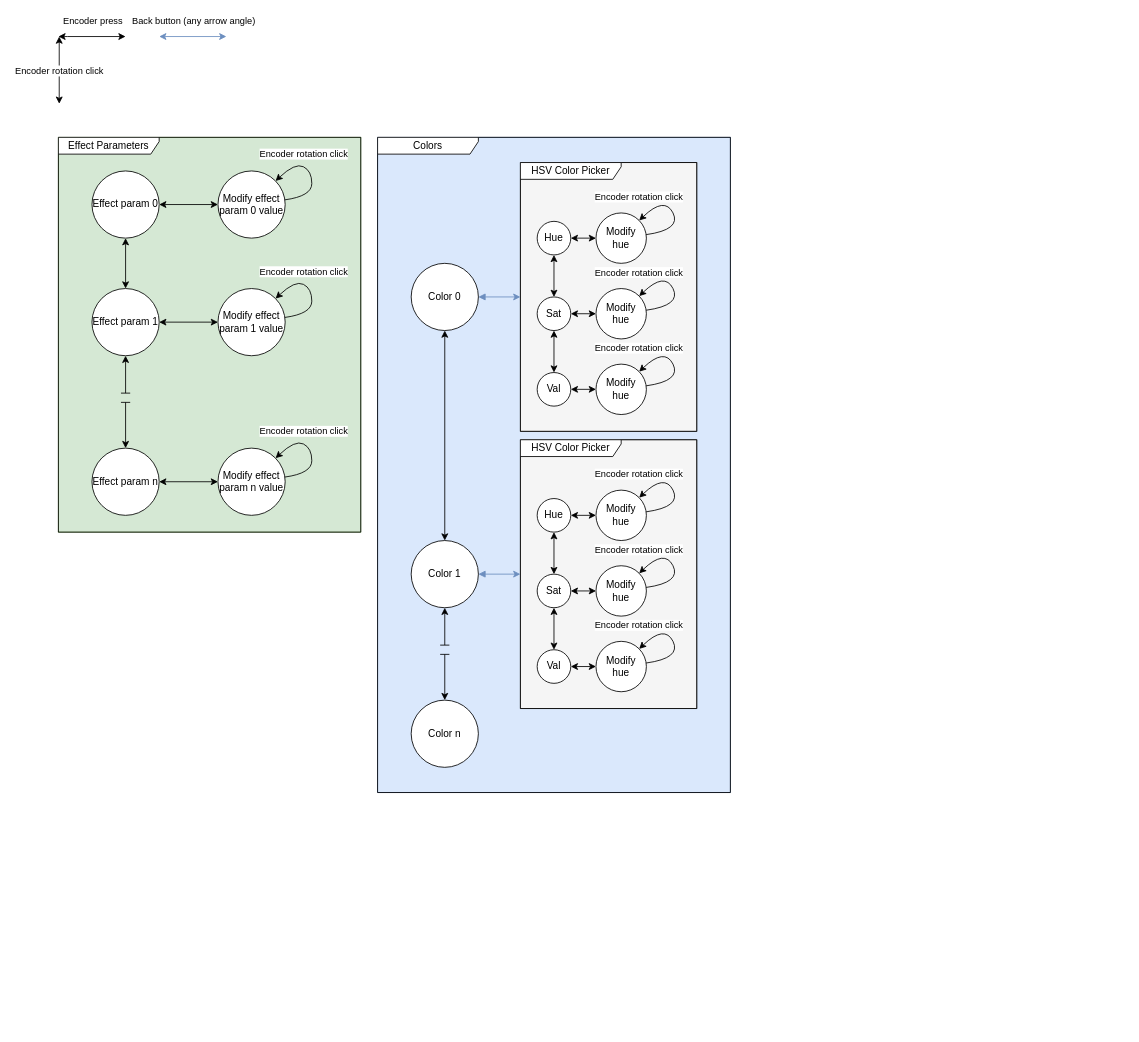
ethandrzb/Eurorack_WS2812_LED_Controller keeps this draw.io diagram as docs/Effect_OLED_menu_item_selection_state_machine.drawio. Above is the earlier version. Source tidied: cells renumbered, new cells numbered last; positions are measured from the earlier drawing's top-left corner, leaving out a move shared by most shapes. Both pictures are drawn from the tidied source at 84%, with x=0, y=0 at pixel (58, 36).
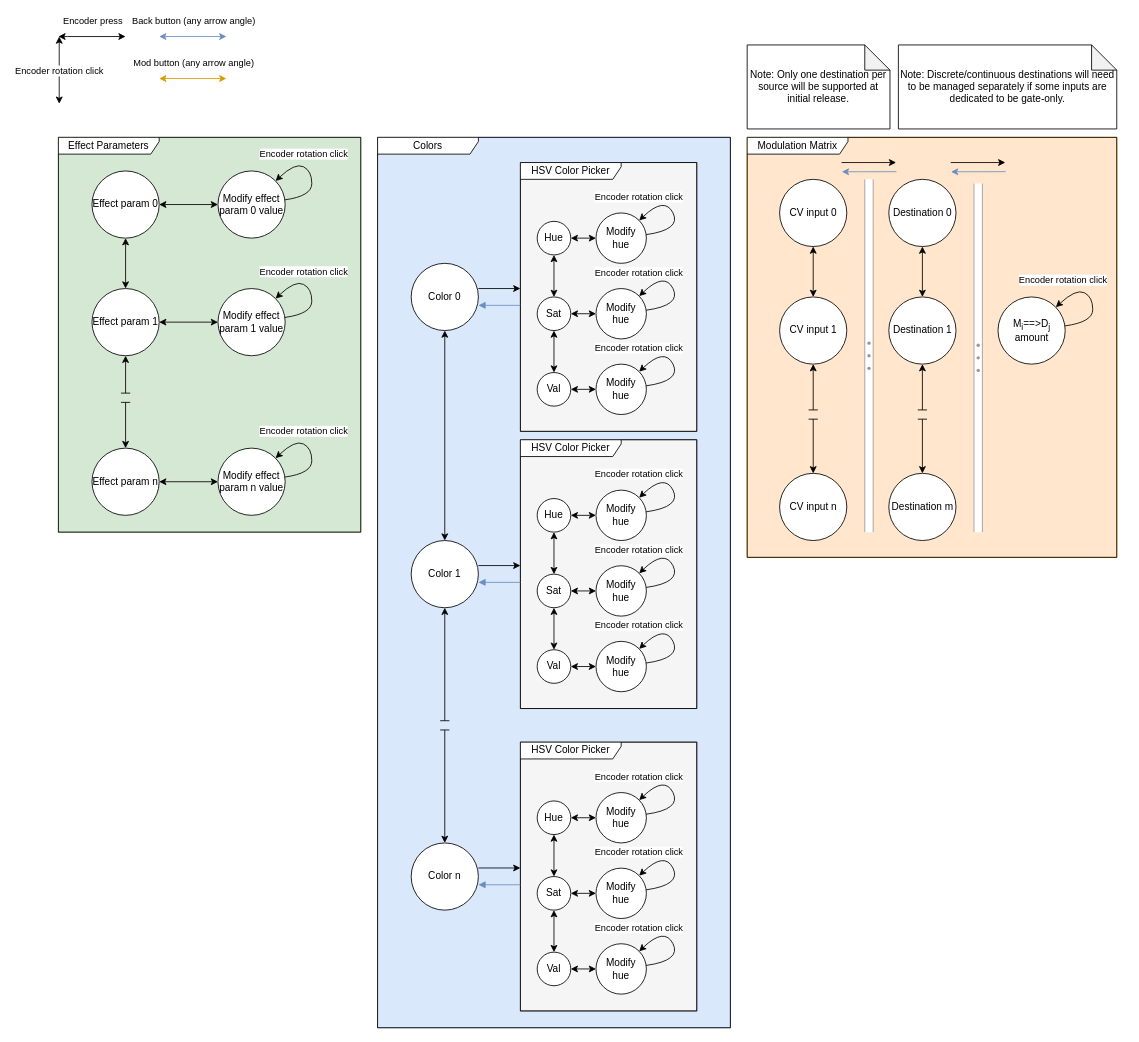
After the change.

Commit message:
Add mod matrix to state machine diagram

The change refers to these unchanged cells:
```xml
<mxCell id="33" value="Color 1" style="ellipse;whiteSpace=wrap;html=1;" parent="27" vertex="1">
  <mxGeometry x="40" y="480" width="80" height="80" as="geometry" />
</mxCell>
<mxCell id="35" value="Color 0" style="ellipse;whiteSpace=wrap;html=1;" parent="27" vertex="1">
  <mxGeometry x="40" y="150" width="80" height="80" as="geometry" />
</mxCell>
<mxCell id="37" style="rounded=0;whiteSpace=wrap;html=1;fillColor=#f5f5f5;strokeColor=#666666;fontColor=#333333;" parent="36" vertex="1">
  <mxGeometry y="-40" width="210" height="320" as="geometry" />
</mxCell>
<mxCell id="59" style="rounded=0;whiteSpace=wrap;html=1;fillColor=#f5f5f5;strokeColor=#666666;fontColor=#333333;" parent="58" vertex="1">
  <mxGeometry y="-40" width="210" height="320" as="geometry" />
</mxCell>
```

Change to the diagram source:
```diff
@@
     <mxCell id="27" style="group;" parent="1" vertex="1">
-      <mxGeometry x="380" y="120" width="500" height="780" as="geometry" />
+      <mxGeometry x="380" y="120" width="500" height="1060" as="geometry" />
     </mxCell>
     <mxCell id="28" style="rounded=0;whiteSpace=wrap;html=1;fillColor=#dae8fc;strokeColor=#6c8ebf;" parent="27" vertex="1">
-      <mxGeometry width="420" height="780" as="geometry" />
+      <mxGeometry width="420" height="1060" as="geometry" />
     </mxCell>
     <mxCell id="29" value="Colors" style="shape=umlFrame;whiteSpace=wrap;html=1;width=120;height=20;" parent="27" vertex="1">
-      <mxGeometry width="420" height="780" as="geometry" />
+      <mxGeometry width="420" height="1060" as="geometry" />
     </mxCell>
     <mxCell id="30" value="Color n" style="ellipse;whiteSpace=wrap;html=1;" parent="27" vertex="1">
-      <mxGeometry x="40" y="670" width="80" height="80" as="geometry" />
+      <mxGeometry x="40" y="840" width="80" height="80" as="geometry" />
     </mxCell>
     <mxCell id="31" style="endArrow=none;html=1;strokeColor=none;" parent="27" edge="1">
       <mxGeometry relative="1" as="geometry">
-        <mxPoint x="40" y="610" as="sourcePoint" />
-        <mxPoint x="120" y="610" as="targetPoint" />
+        <mxPoint x="40" y="700" as="sourcePoint" />
+        <mxPoint x="120" y="700" as="targetPoint" />
       </mxGeometry>
     </mxCell>
@@
-    <mxCell id="57" style="edgeStyle=none;html=1;entryX=0;entryY=0.5;entryDx=0;entryDy=0;startArrow=block;startFill=1;fillColor=#dae8fc;strokeColor=#6c8ebf;" parent="27" edge="1" source="35" target="37">
-      <mxGeometry relative="1" as="geometry" />
+    <mxCell id="57" style="edgeStyle=none;html=1;entryX=0;entryY=0.5;entryDx=0;entryDy=0;startArrow=block;startFill=1;fillColor=#dae8fc;strokeColor=#6c8ebf;endArrow=none;endFill=0;" parent="27" edge="1">
+      <mxGeometry relative="1" as="geometry">
+        <mxPoint x="120" y="200" as="sourcePoint" />
+        <mxPoint x="170" y="200" as="targetPoint" />
+      </mxGeometry>
     </mxCell>
@@
-    <mxCell id="79" style="edgeStyle=none;html=1;entryX=0;entryY=0.5;entryDx=0;entryDy=0;startArrow=block;startFill=1;fillColor=#dae8fc;strokeColor=#6c8ebf;" parent="27" edge="1" source="33" target="59">
-      <mxGeometry relative="1" as="geometry" />
-    </mxCell>
+    <mxCell id="82" style="group;" parent="27" vertex="1">
+      <mxGeometry x="170" y="760" width="210" height="300" as="geometry" />
+    </mxCell>
+    <mxCell id="83" style="rounded=0;whiteSpace=wrap;html=1;fillColor=#f5f5f5;strokeColor=#666666;fontColor=#333333;" parent="82" vertex="1">
+      <mxGeometry y="-40" width="210" height="320" as="geometry" />
+    </mxCell>
+    <mxCell id="84" value="HSV Color Picker" style="shape=umlFrame;whiteSpace=wrap;html=1;width=120;height=20;" parent="82" vertex="1">
+      <mxGeometry y="-40" width="210" height="320" as="geometry" />
+    </mxCell>
+    <mxCell id="85" style="edgeStyle=none;html=1;startArrow=classic;startFill=1;" parent="82" edge="1">
+      <mxGeometry relative="1" as="geometry">
+        <mxPoint x="46.7" y="96" as="targetPoint" />
+      </mxGeometry>
+    </mxCell>
+    <mxCell id="86" value="Modify hue" style="ellipse;whiteSpace=wrap;html=1;" parent="82" vertex="1">
+      <mxGeometry x="90" y="20" width="60" height="60" as="geometry" />
+    </mxCell>
+    <mxCell id="87" style="curved=1;endArrow=classic;html=1;jumpStyle=line;jumpSize=11;" parent="82" edge="1" source="86" target="86">
+      <mxGeometry relative="1" as="geometry">
+        <Array as="points">
+          <mxPoint x="191.7" y="40" />
+          <mxPoint x="171.7" />
+        </Array>
+      </mxGeometry>
+    </mxCell>
+    <mxCell id="88" value="Encoder rotation click" style="edgeLabel;html=1;align=center;verticalAlign=middle;" parent="87" vertex="1">
+      <mxGeometry x="-0.35" y="2" relative="1" as="geometry">
+        <mxPoint x="-50" y="-41" as="offset" />
+      </mxGeometry>
+    </mxCell>
+    <mxCell id="89" value="Modify hue" style="ellipse;whiteSpace=wrap;html=1;" parent="82" vertex="1">
+      <mxGeometry x="90" y="110" width="60" height="60" as="geometry" />
+    </mxCell>
+    <mxCell id="90" style="curved=1;endArrow=classic;html=1;jumpStyle=line;jumpSize=11;" parent="82" edge="1" source="89" target="89">
+      <mxGeometry relative="1" as="geometry">
+        <Array as="points">
+          <mxPoint x="191.7" y="130" />
+          <mxPoint x="171.7" y="90" />
+        </Array>
+      </mxGeometry>
+    </mxCell>
+    <mxCell id="91" value="Encoder rotation click" style="edgeLabel;html=1;align=center;verticalAlign=middle;" parent="90" vertex="1">
+      <mxGeometry x="-0.35" y="2" relative="1" as="geometry">
+        <mxPoint x="-50" y="-41" as="offset" />
+      </mxGeometry>
+    </mxCell>
+    <mxCell id="92" value="Modify hue" style="ellipse;whiteSpace=wrap;html=1;" parent="82" vertex="1">
+      <mxGeometry x="90" y="200" width="60" height="60" as="geometry" />
+    </mxCell>
+    <mxCell id="93" style="curved=1;endArrow=classic;html=1;jumpStyle=line;jumpSize=11;" parent="82" edge="1" source="92" target="92">
+      <mxGeometry relative="1" as="geometry">
+        <Array as="points">
+          <mxPoint x="191.7" y="220" />
+          <mxPoint x="171.7" y="180" />
+        </Array>
+      </mxGeometry>
+    </mxCell>
+    <mxCell id="94" value="Encoder rotation click" style="edgeLabel;html=1;align=center;verticalAlign=middle;" parent="93" vertex="1">
+      <mxGeometry x="-0.35" y="2" relative="1" as="geometry">
+        <mxPoint x="-50" y="-41" as="offset" />
+      </mxGeometry>
+    </mxCell>
+    <mxCell id="95" value="Val" style="ellipse;whiteSpace=wrap;html=1;" parent="82" vertex="1">
+      <mxGeometry x="20" y="210" width="40" height="40" as="geometry" />
+    </mxCell>
+    <mxCell id="96" style="edgeStyle=none;html=1;startArrow=classic;startFill=1;" parent="82" edge="1" source="95" target="92">
+      <mxGeometry relative="1" as="geometry" />
+    </mxCell>
+    <mxCell id="97" value="Sat" style="ellipse;whiteSpace=wrap;html=1;" parent="82" vertex="1">
+      <mxGeometry x="20" y="120" width="40" height="40" as="geometry" />
+    </mxCell>
+    <mxCell id="98" style="edgeStyle=none;shape=connector;rounded=1;html=1;strokeColor=default;align=center;verticalAlign=middle;fontFamily=Helvetica;fontSize=11;fontColor=default;labelBackgroundColor=default;startArrow=classic;startFill=1;endArrow=classic;" parent="82" edge="1" source="97" target="95">
+      <mxGeometry relative="1" as="geometry" />
+    </mxCell>
+    <mxCell id="99" style="edgeStyle=none;html=1;startArrow=classic;startFill=1;" parent="82" edge="1" source="97" target="89">
+      <mxGeometry relative="1" as="geometry" />
+    </mxCell>
+    <mxCell id="100" style="edgeStyle=none;shape=connector;rounded=1;html=1;strokeColor=default;align=center;verticalAlign=middle;fontFamily=Helvetica;fontSize=11;fontColor=default;labelBackgroundColor=default;startArrow=classic;startFill=1;endArrow=classic;" parent="27" edge="1" source="97" target="102">
+      <mxGeometry relative="1" as="geometry" />
+    </mxCell>
+    <mxCell id="101" style="edgeStyle=none;html=1;startArrow=classic;startFill=1;" parent="27" edge="1" source="102" target="86">
+      <mxGeometry relative="1" as="geometry" />
+    </mxCell>
+    <mxCell id="102" value="Hue" style="ellipse;whiteSpace=wrap;html=1;" parent="27" vertex="1">
+      <mxGeometry x="190" y="790" width="40" height="40" as="geometry" />
+    </mxCell>
+    <mxCell id="103" style="edgeStyle=none;html=1;entryX=0;entryY=0.5;entryDx=0;entryDy=0;startArrow=none;startFill=0;fillColor=#dae8fc;strokeColor=#000000;endArrow=classic;endFill=1;" parent="27" edge="1">
+      <mxGeometry relative="1" as="geometry">
+        <mxPoint x="120" y="180" as="sourcePoint" />
+        <mxPoint x="170" y="180" as="targetPoint" />
+      </mxGeometry>
+    </mxCell>
+    <mxCell id="104" style="edgeStyle=none;html=1;entryX=0;entryY=0.5;entryDx=0;entryDy=0;startArrow=block;startFill=1;fillColor=#dae8fc;strokeColor=#6c8ebf;endArrow=none;endFill=0;" parent="27" edge="1">
+      <mxGeometry relative="1" as="geometry">
+        <mxPoint x="120" y="529.8" as="sourcePoint" />
+        <mxPoint x="170" y="529.8" as="targetPoint" />
+      </mxGeometry>
+    </mxCell>
+    <mxCell id="105" style="edgeStyle=none;html=1;entryX=0;entryY=0.5;entryDx=0;entryDy=0;startArrow=none;startFill=0;fillColor=#dae8fc;strokeColor=#000000;endArrow=classic;endFill=1;" parent="27" edge="1">
+      <mxGeometry relative="1" as="geometry">
+        <mxPoint x="120" y="509.8" as="sourcePoint" />
+        <mxPoint x="170" y="509.8" as="targetPoint" />
+      </mxGeometry>
+    </mxCell>
+    <mxCell id="106" style="edgeStyle=none;html=1;entryX=0;entryY=0.5;entryDx=0;entryDy=0;startArrow=block;startFill=1;fillColor=#dae8fc;strokeColor=#6c8ebf;endArrow=none;endFill=0;" parent="27" edge="1">
+      <mxGeometry relative="1" as="geometry">
+        <mxPoint x="120" y="889.8" as="sourcePoint" />
+        <mxPoint x="170" y="889.8" as="targetPoint" />
+      </mxGeometry>
+    </mxCell>
+    <mxCell id="107" style="edgeStyle=none;html=1;entryX=0;entryY=0.5;entryDx=0;entryDy=0;startArrow=none;startFill=0;fillColor=#dae8fc;strokeColor=#000000;endArrow=classic;endFill=1;" parent="27" edge="1">
+      <mxGeometry relative="1" as="geometry">
+        <mxPoint x="120" y="869.8" as="sourcePoint" />
+        <mxPoint x="170" y="869.8" as="targetPoint" />
+      </mxGeometry>
+    </mxCell>
@@
+    <mxCell id="108" style="group;" parent="1" vertex="1">
+      <mxGeometry x="820" y="120" width="450" height="1060" as="geometry" />
+    </mxCell>
+    <mxCell id="109" style="rounded=0;whiteSpace=wrap;html=1;fillColor=#ffe6cc;strokeColor=#d79b00;" parent="108" vertex="1">
+      <mxGeometry width="440" height="500" as="geometry" />
+    </mxCell>
+    <mxCell id="110" value="Modulation Matrix" style="shape=umlFrame;whiteSpace=wrap;html=1;width=120;height=20;" parent="108" vertex="1">
+      <mxGeometry width="440" height="500" as="geometry" />
+    </mxCell>
+    <mxCell id="111" style="edgeStyle=none;html=1;startArrow=classic;startFill=1;" parent="108" edge="1" source="112" target="122">
+      <mxGeometry relative="1" as="geometry" />
+    </mxCell>
+    <mxCell id="112" value="CV input 0" style="ellipse;whiteSpace=wrap;html=1;" parent="108" vertex="1">
+      <mxGeometry x="38.6" y="50" width="80" height="80" as="geometry" />
+    </mxCell>
+    <mxCell id="113" value="Destination 0" style="ellipse;whiteSpace=wrap;html=1;" parent="108" vertex="1">
+      <mxGeometry x="168.6" y="50" width="80" height="80" as="geometry" />
+    </mxCell>
+    <mxCell id="114" value="&lt;span style=&quot;color: rgb(0, 0, 0);&quot;&gt;M&lt;sub&gt;i&lt;/sub&gt;==&amp;gt;D&lt;sub&gt;j&lt;/sub&gt; amount&lt;/span&gt;" style="ellipse;whiteSpace=wrap;html=1;" parent="108" vertex="1">
+      <mxGeometry x="298.6" y="190" width="80" height="80" as="geometry" />
+    </mxCell>
+    <mxCell id="115" style="curved=1;endArrow=classic;html=1;jumpStyle=line;jumpSize=11;" parent="108" edge="1" source="114" target="114">
+      <mxGeometry relative="1" as="geometry">
+        <Array as="points">
+          <mxPoint x="411.4" y="220" />
+          <mxPoint x="411.4" y="190" />
+          <mxPoint x="391.4" y="180" />
+        </Array>
+      </mxGeometry>
+    </mxCell>
+    <mxCell id="116" value="Encoder rotation click" style="edgeLabel;html=1;align=center;verticalAlign=middle;" parent="115" vertex="1">
+      <mxGeometry x="-0.35" y="2" relative="1" as="geometry">
+        <mxPoint x="-34" y="-45" as="offset" />
+      </mxGeometry>
+    </mxCell>
+    <mxCell id="117" style="edgeStyle=none;html=1;startArrow=classic;startFill=1;" parent="108" edge="1" source="119" target="113">
+      <mxGeometry relative="1" as="geometry" />
+    </mxCell>
+    <mxCell id="118" style="endArrow=none;html=1;strokeColor=none;" parent="108" edge="1">
+      <mxGeometry relative="1" as="geometry">
+        <mxPoint x="168.6" y="330" as="sourcePoint" />
+        <mxPoint x="248.6" y="330" as="targetPoint" />
+      </mxGeometry>
+    </mxCell>
+    <mxCell id="119" value="Destination 1" style="ellipse;whiteSpace=wrap;html=1;" parent="108" vertex="1">
+      <mxGeometry x="168.6" y="190" width="80" height="80" as="geometry" />
+    </mxCell>
+    <mxCell id="120" style="edgeStyle=none;html=1;startArrow=classic;startFill=1;jumpStyle=line;jumpSize=11;" parent="108" edge="1" source="121" target="119">
+      <mxGeometry relative="1" as="geometry" />
+    </mxCell>
+    <mxCell id="121" value="Destination m" style="ellipse;whiteSpace=wrap;html=1;" parent="108" vertex="1">
+      <mxGeometry x="168.6" y="400" width="80" height="80" as="geometry" />
+    </mxCell>
+    <mxCell id="122" value="CV input 1" style="ellipse;whiteSpace=wrap;html=1;" parent="108" vertex="1">
+      <mxGeometry x="38.6" y="190" width="80" height="80" as="geometry" />
+    </mxCell>
+    <mxCell id="123" value="CV input n" style="ellipse;whiteSpace=wrap;html=1;" parent="108" vertex="1">
+      <mxGeometry x="38.6" y="400" width="80" height="80" as="geometry" />
+    </mxCell>
+    <mxCell id="124" style="verticalLabelPosition=bottom;shadow=0;dashed=0;align=center;html=1;verticalAlign=top;strokeWidth=1;shape=mxgraph.mockup.forms.splitter;strokeColor=#999999;direction=north;" parent="108" vertex="1">
+      <mxGeometry x="140" y="50" width="10" height="420" as="geometry" />
+    </mxCell>
+    <mxCell id="125" style="endArrow=none;html=1;strokeColor=none;" parent="108" edge="1">
+      <mxGeometry relative="1" as="geometry">
+        <mxPoint x="38.6" y="330" as="sourcePoint" />
+        <mxPoint x="118.6" y="330" as="targetPoint" />
+      </mxGeometry>
+    </mxCell>
+    <mxCell id="126" style="edgeStyle=none;html=1;startArrow=classic;startFill=1;jumpStyle=line;jumpSize=11;" parent="108" edge="1" source="122" target="123">
+      <mxGeometry relative="1" as="geometry" />
+    </mxCell>
+    <mxCell id="127" style="verticalLabelPosition=bottom;shadow=0;dashed=0;align=center;html=1;verticalAlign=top;strokeWidth=1;shape=mxgraph.mockup.forms.splitter;strokeColor=#999999;direction=north;" parent="108" vertex="1">
+      <mxGeometry x="270" y="55" width="10" height="415" as="geometry" />
+    </mxCell>
+    <mxCell id="128" style="endArrow=classic;startArrow=none;html=1;jumpStyle=line;jumpSize=11;startFill=0;" parent="108" edge="1">
+      <mxGeometry relative="1" as="geometry">
+        <mxPoint x="112.3" y="30" as="sourcePoint" />
+        <mxPoint x="177.3" y="30" as="targetPoint" />
+      </mxGeometry>
+    </mxCell>
+    <mxCell id="129" style="endArrow=none;startArrow=classic;html=1;jumpStyle=line;jumpSize=11;startFill=1;fillColor=#dae8fc;strokeColor=#6c8ebf;endFill=0;" parent="108" edge="1">
+      <mxGeometry relative="1" as="geometry">
+        <mxPoint x="112.7" y="41" as="sourcePoint" />
+        <mxPoint x="177.7" y="40.9" as="targetPoint" />
+      </mxGeometry>
+    </mxCell>
+    <mxCell id="130" style="endArrow=classic;startArrow=none;html=1;jumpStyle=line;jumpSize=11;startFill=0;" parent="108" edge="1">
+      <mxGeometry relative="1" as="geometry">
+        <mxPoint x="242.3" y="30" as="sourcePoint" />
+        <mxPoint x="307.3" y="30" as="targetPoint" />
+      </mxGeometry>
+    </mxCell>
+    <mxCell id="131" style="endArrow=none;startArrow=classic;html=1;jumpStyle=line;jumpSize=11;startFill=1;fillColor=#dae8fc;strokeColor=#6c8ebf;endFill=0;" parent="108" edge="1">
+      <mxGeometry relative="1" as="geometry">
+        <mxPoint x="242.7" y="41" as="sourcePoint" />
+        <mxPoint x="307.7" y="40.9" as="targetPoint" />
+      </mxGeometry>
+    </mxCell>
+    <mxCell id="132" style="endArrow=classic;startArrow=classic;html=1;jumpStyle=line;jumpSize=11;fillColor=#ffe6cc;strokeColor=#d79b00;" parent="1" edge="1">
+      <mxGeometry relative="1" as="geometry">
+        <mxPoint x="120" y="50" as="sourcePoint" />
+        <mxPoint x="200" y="50" as="targetPoint" />
+      </mxGeometry>
+    </mxCell>
+    <mxCell id="133" value="Mod button (any arrow angle)" style="edgeLabel;html=1;align=center;verticalAlign=middle;" parent="132" vertex="1">
+      <mxGeometry x="-0.34" y="2" relative="1" as="geometry">
+        <mxPoint x="14" y="-18" as="offset" />
+      </mxGeometry>
+    </mxCell>
+    <mxCell id="134" value="Note: Only one destination per source will be supported at initial release." style="shape=note;whiteSpace=wrap;html=1;backgroundOutline=1;darkOpacity=0.05;" parent="1" vertex="1">
+      <mxGeometry x="820" y="10" width="170" height="100" as="geometry" />
+    </mxCell>
+    <mxCell id="135" value="Note: Discrete/continuous destinations will need to be managed separately if some inputs are dedicated to be gate-only." style="shape=note;whiteSpace=wrap;html=1;backgroundOutline=1;darkOpacity=0.05;" parent="1" vertex="1">
+      <mxGeometry x="1000" y="10" width="260" height="100" as="geometry" />
+    </mxCell>
```
